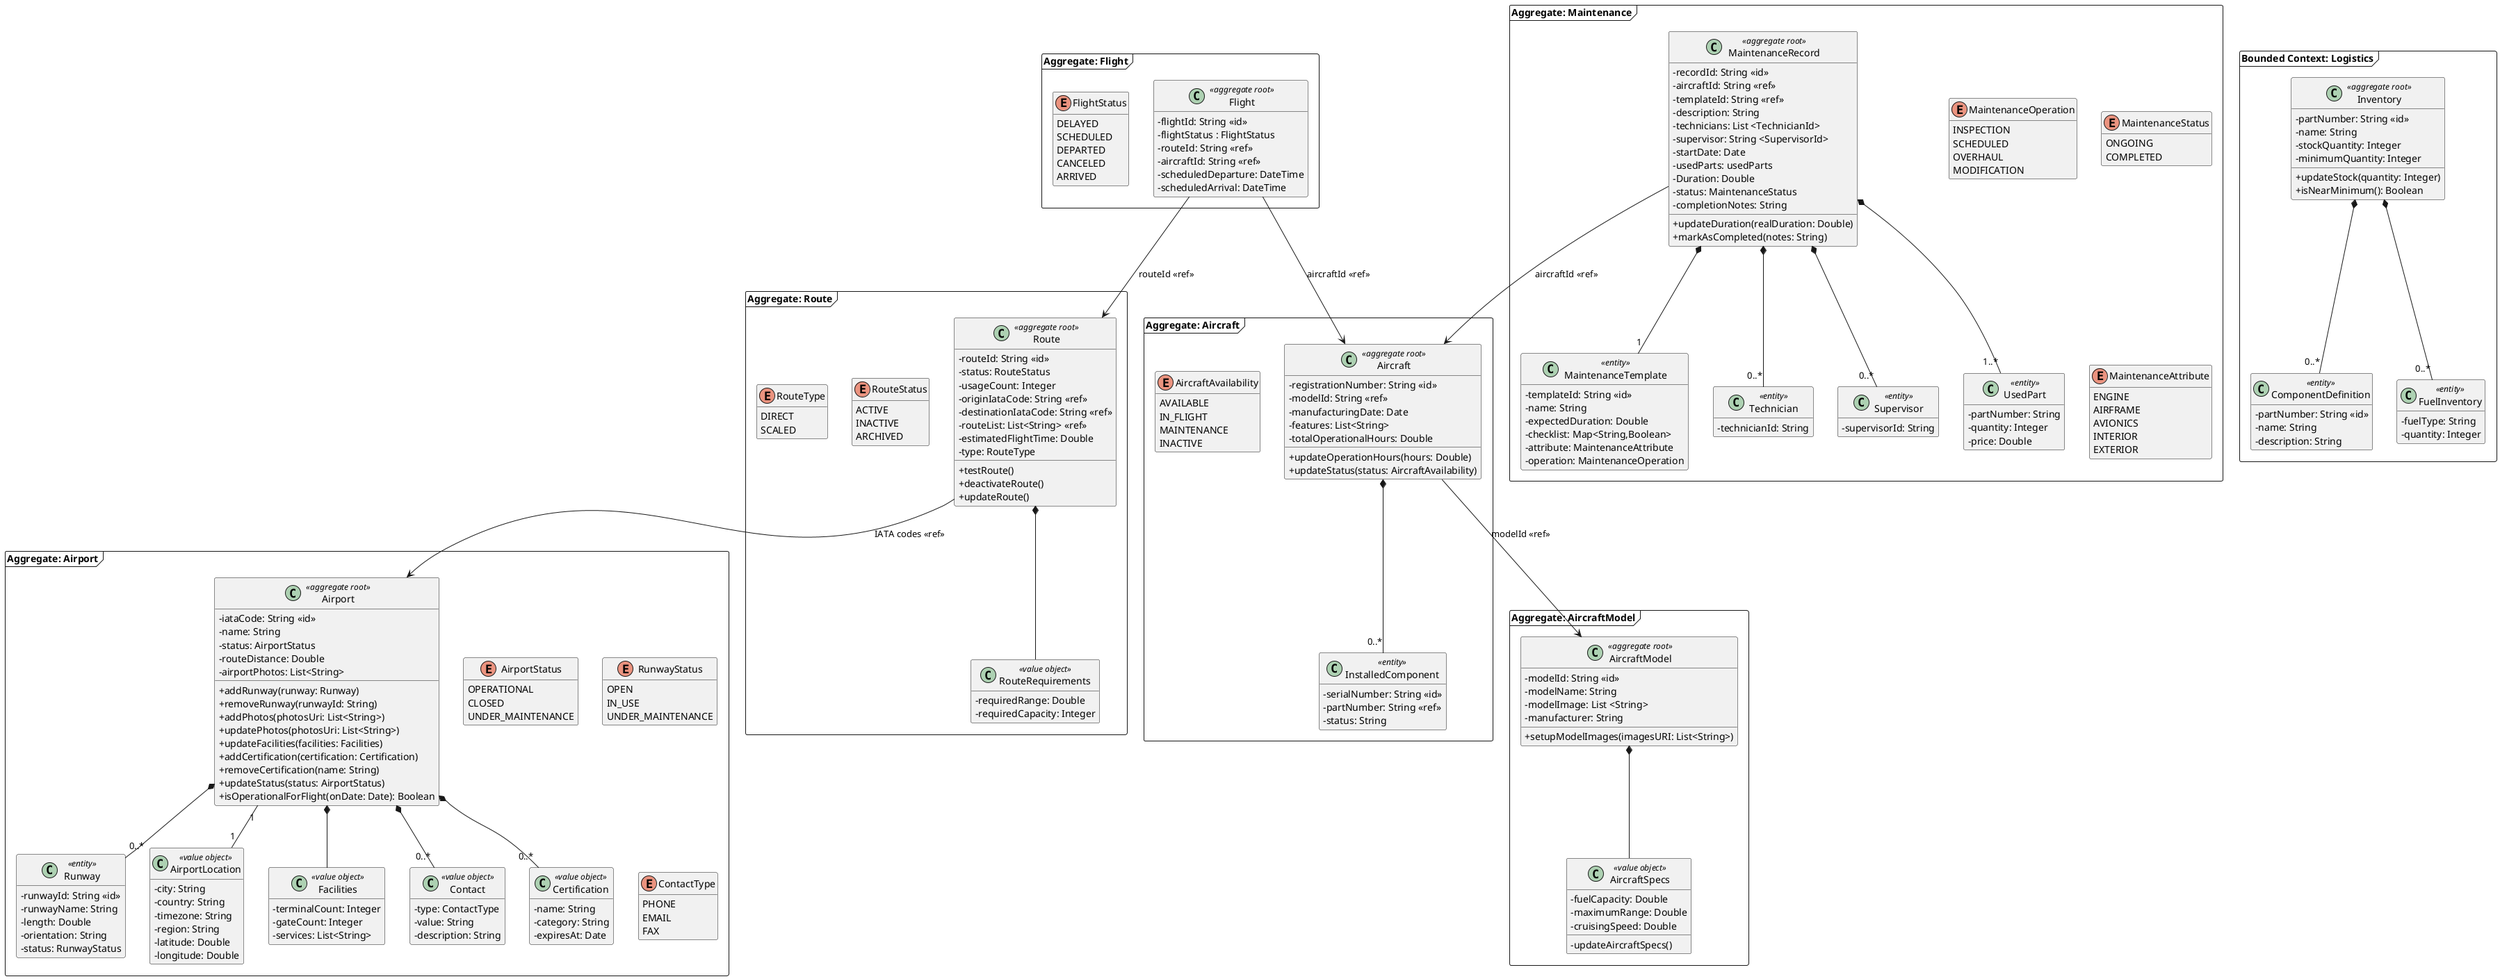
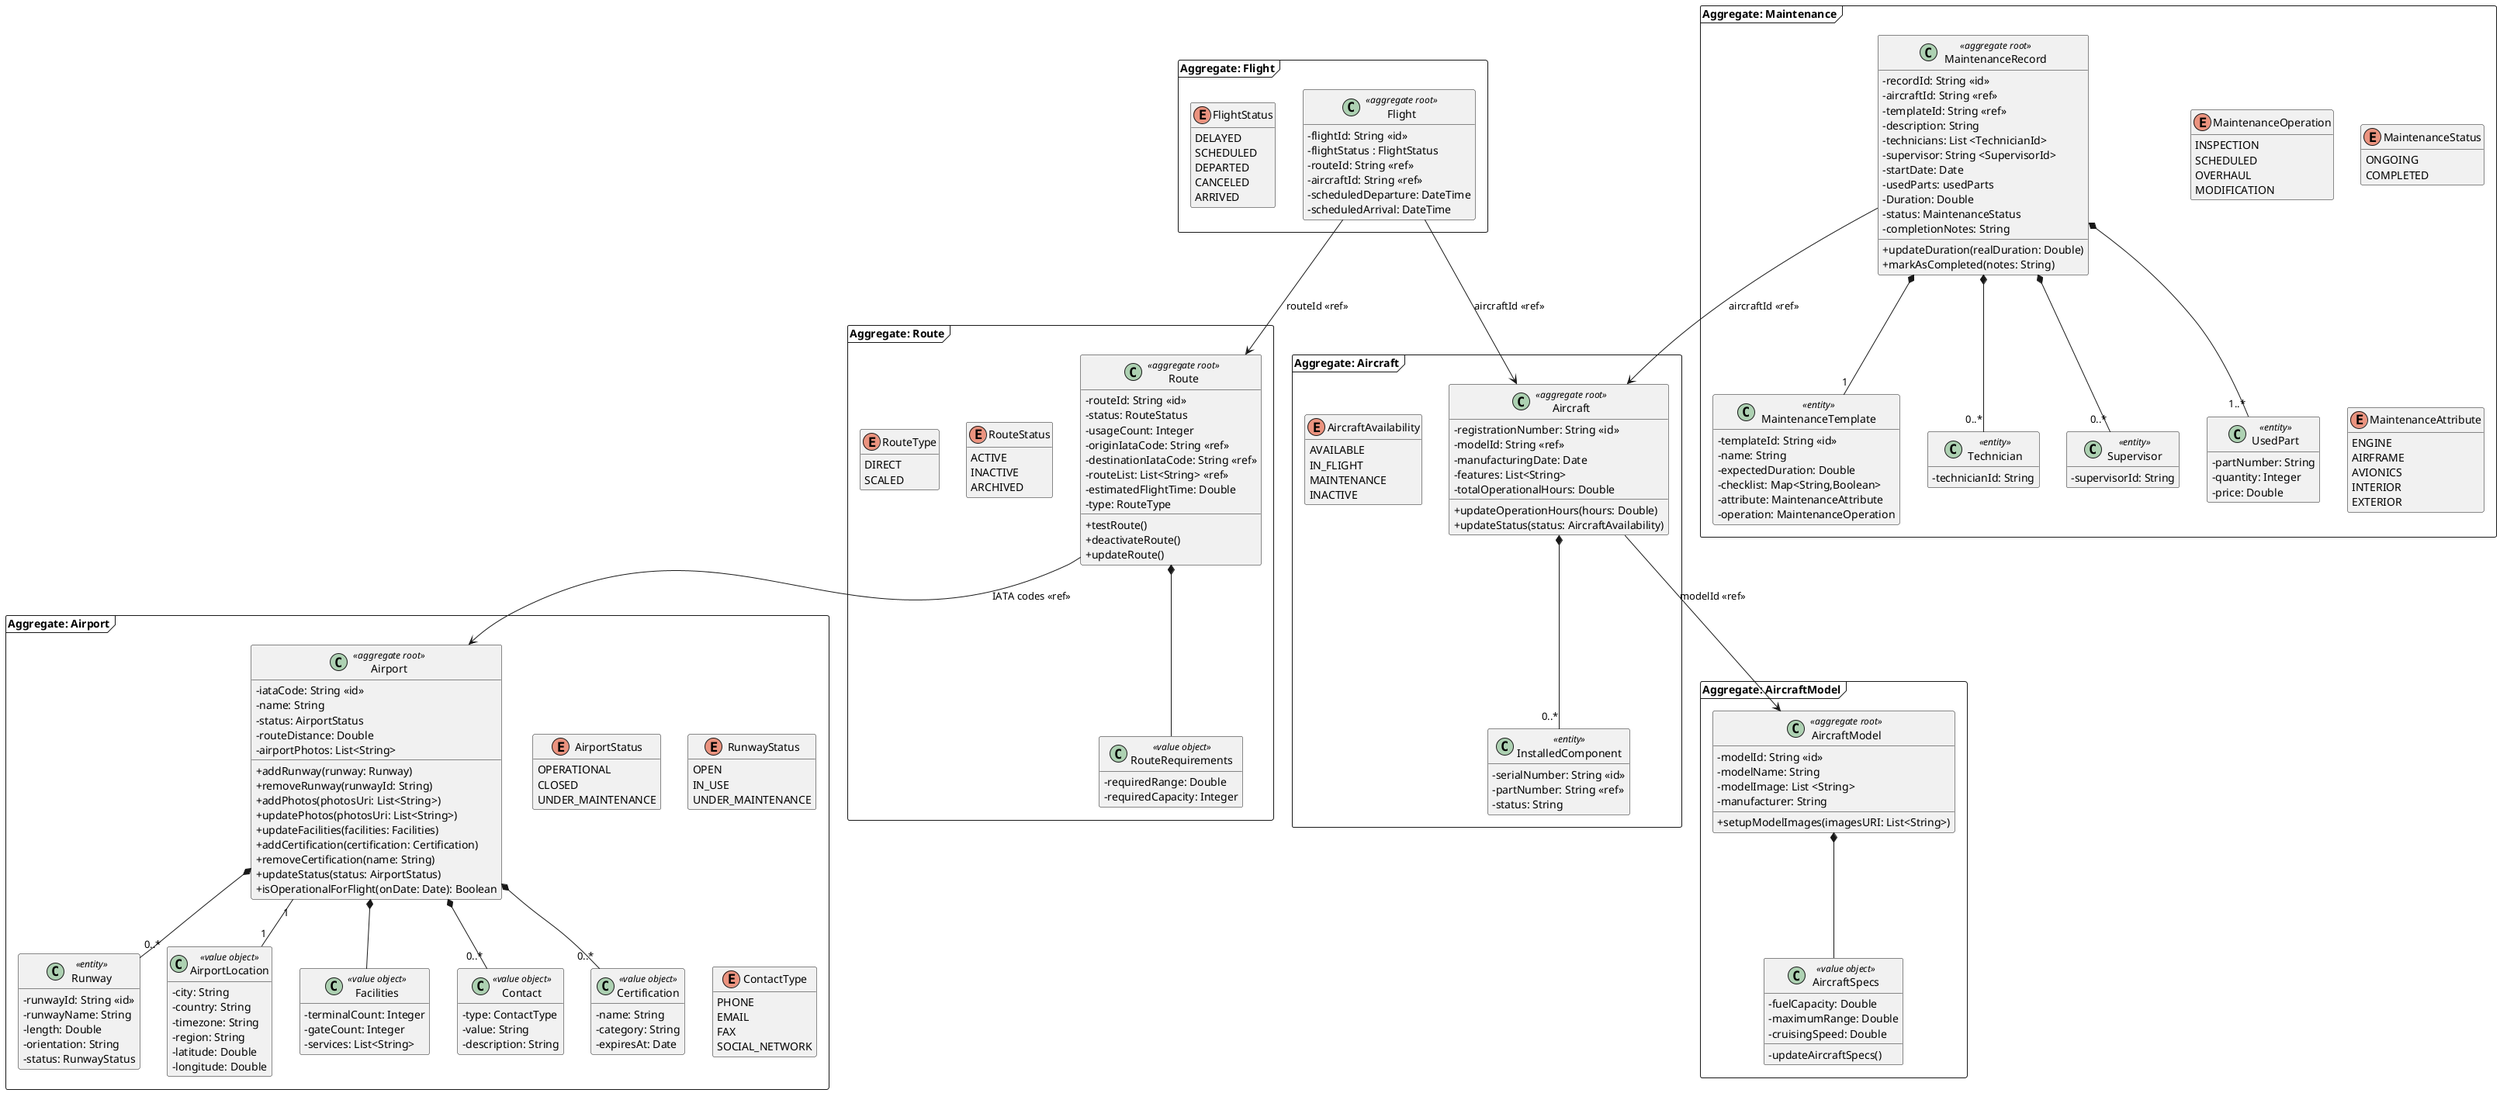
@startuml
skinparam classAttributeIconSize 0
hide empty members
skinparam packageStyle frame

' AIRPORT AGGREGATE

package "Aggregate: Airport" <<Frame>> {

class Airport <<aggregate root>> {
    - iataCode: String <<id>>
    - name: String
    - status: AirportStatus
    - routeDistance: Double
    - airportPhotos: List<String>
    + addRunway(runway: Runway)
    + removeRunway(runwayId: String)
    + addPhotos(photosUri: List<String>)
    + updatePhotos(photosUri: List<String>)
    + updateFacilities(facilities: Facilities)
    + addCertification(certification: Certification)
    + removeCertification(name: String)
    + updateStatus(status: AirportStatus)
    + isOperationalForFlight(onDate: Date): Boolean
}

class Runway <<entity>> {
    - runwayId: String <<id>>
    - runwayName: String
    - length: Double
    - orientation: String
    - status: RunwayStatus
}

class AirportLocation <<value object>> {
    - city: String
    - country: String
    - timezone: String
    - region: String
    - latitude: Double
    - longitude: Double
}

class Facilities <<value object>> {
    - terminalCount: Integer
    - gateCount: Integer
    - services: List<String>
}

class Contact <<value object>> {
    - type: ContactType
    - value: String
    - description: String
}

class Certification <<value object>> {
    - name: String
    - category: String
    - expiresAt: Date
}

enum AirportStatus {
    OPERATIONAL
    CLOSED
    UNDER_MAINTENANCE
}

enum RunwayStatus {
    OPEN
    IN_USE
    UNDER_MAINTENANCE
}

enum ContactType {
    PHONE
    EMAIL
    FAX
+     SOCIAL_NETWORK
}

Airport *-- "0..*" Runway
Airport "1"--"1" AirportLocation
Airport *-- Facilities
Airport *-- "0..*" Contact
Airport *-- "0..*" Certification
}

' FLIGHT AGGREGATE

package "Aggregate: Flight" <<Frame>> {

class Flight <<aggregate root>> {
    - flightId: String <<id>>
    - flightStatus : FlightStatus
    - routeId: String <<ref>>
    - aircraftId: String <<ref>>
    - scheduledDeparture: DateTime
    - scheduledArrival: DateTime
  }

enum FlightStatus {
    DELAYED
    SCHEDULED
    DEPARTED
    CANCELED
    ARRIVED
}
}

' ROUTE AGGREGATE

package "Aggregate: Route" <<Frame>> {

class Route <<aggregate root>> {
    - routeId: String <<id>>
    - status: RouteStatus
    - usageCount: Integer
    - originIataCode: String <<ref>>
    - destinationIataCode: String <<ref>>
    - routeList: List<String> <<ref>>
    - estimatedFlightTime: Double
    - type: RouteType
    + testRoute()
    + deactivateRoute()
    + updateRoute()
}

class RouteRequirements <<value object>> {
    - requiredRange: Double
    - requiredCapacity: Integer
}

enum RouteStatus {
    ACTIVE
    INACTIVE
    ARCHIVED
}

enum RouteType{
    DIRECT
    SCALED
}

Route *-- RouteRequirements
}

' AIRCRAFT MODEL AGGREGATE

package "Aggregate: AircraftModel" <<Frame>> {

class AircraftModel <<aggregate root>> {
    - modelId: String <<id>>
    - modelName: String
    - modelImage: List <String>
    - manufacturer: String
    + setupModelImages(imagesURI: List<String>)
}

class AircraftSpecs <<value object>> {
    - fuelCapacity: Double
    - maximumRange: Double
    - cruisingSpeed: Double
    - updateAircraftSpecs()
}

AircraftModel *-- AircraftSpecs
}

' AIRCRAFT AGGREGATE

package "Aggregate: Aircraft" <<Frame>> {

class Aircraft <<aggregate root>> {
    - registrationNumber: String <<id>>
    - modelId: String <<ref>>
    - manufacturingDate: Date
    - features: List<String>
    - totalOperationalHours: Double
    + updateOperationHours(hours: Double)
    + updateStatus(status: AircraftAvailability)
}

class InstalledComponent <<entity>> {
    - serialNumber: String <<id>>
    - partNumber: String <<ref>>
    - status: String
}

enum AircraftAvailability {
    AVAILABLE
    IN_FLIGHT
    MAINTENANCE
    INACTIVE
}

Aircraft *-- "0..*" InstalledComponent
}

' MAINTENANCE AGGREGATE

package "Aggregate: Maintenance" <<Frame>> {

class MaintenanceRecord <<aggregate root>> {
    - recordId: String <<id>>
    - aircraftId: String <<ref>>
    - templateId: String <<ref>>
    - description: String
    - technicians: List <TechnicianId>
    - supervisor: String <SupervisorId>
    - startDate: Date
    - usedParts: usedParts
    - Duration: Double
    - status: MaintenanceStatus
    - completionNotes: String
    + updateDuration(realDuration: Double)
    + markAsCompleted(notes: String)
}

class MaintenanceTemplate <<entity>> {
    - templateId: String <<id>>
    - name: String
    - expectedDuration: Double
    - checklist: Map<String,Boolean>
    - attribute: MaintenanceAttribute
    - operation: MaintenanceOperation
}

enum MaintenanceOperation {
    INSPECTION
    SCHEDULED
    OVERHAUL
    MODIFICATION
}

enum MaintenanceStatus {
    ONGOING
    COMPLETED
}

enum MaintenanceAttribute {
    ENGINE
    AIRFRAME
    AVIONICS
    INTERIOR
    EXTERIOR
}

class Technician <<entity>> {
    - technicianId: String
}

class Supervisor <<entity>> {
   - supervisorId: String
}

class UsedPart <<entity>> {
    - partNumber: String
    - quantity: Integer
    - price: Double
}

MaintenanceRecord *-- "1" MaintenanceTemplate
MaintenanceRecord *-- "1..*" UsedPart
MaintenanceRecord *-- "0..*" Supervisor
MaintenanceRecord *-- "0..*" Technician
}

- ' LOGISTICS / STOCK (SEPARATE BOUNDED CONTEXT)
- 
- package "Bounded Context: Logistics" <<Frame>> {
- 
- class Inventory <<aggregate root>> {
-     - partNumber: String <<id>>
-     - name: String
-     - stockQuantity: Integer
-     - minimumQuantity: Integer
-     + updateStock(quantity: Integer)
-     + isNearMinimum(): Boolean
- }
- 
- class ComponentDefinition <<entity>> {
-     - partNumber: String <<id>>
-     - name: String
-     - description: String
- }
- 
- class FuelInventory <<entity>> {
-     - fuelType: String
-     - quantity: Integer
- }
- 
- Inventory *-- "0..*" ComponentDefinition
- Inventory *-- "0..*" FuelInventory
- }
- 
' RELATIONSHIPS

Flight --> Route : routeId <<ref>>
Flight --> Aircraft : aircraftId <<ref>>
Aircraft --> AircraftModel : modelId <<ref>>
Route --> Airport : IATA codes <<ref>>
MaintenanceRecord --> Aircraft : aircraftId <<ref>>

@enduml